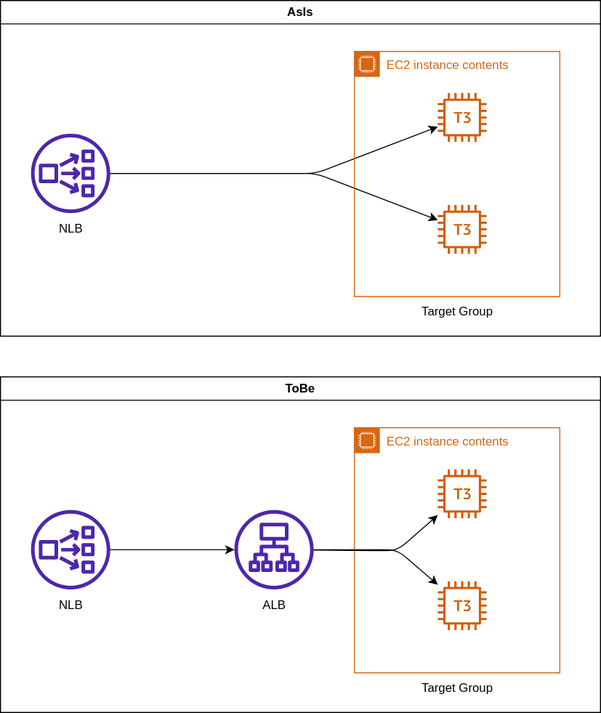
The draw.io diagram structure.drawio.svg in ryosukeknd/aws-loadbalancer-test, before a commit. Source tidied: cells renumbered, new cells last; positions are measured from the earlier drawing's top-left corner, leaving out a move shared by most shapes.
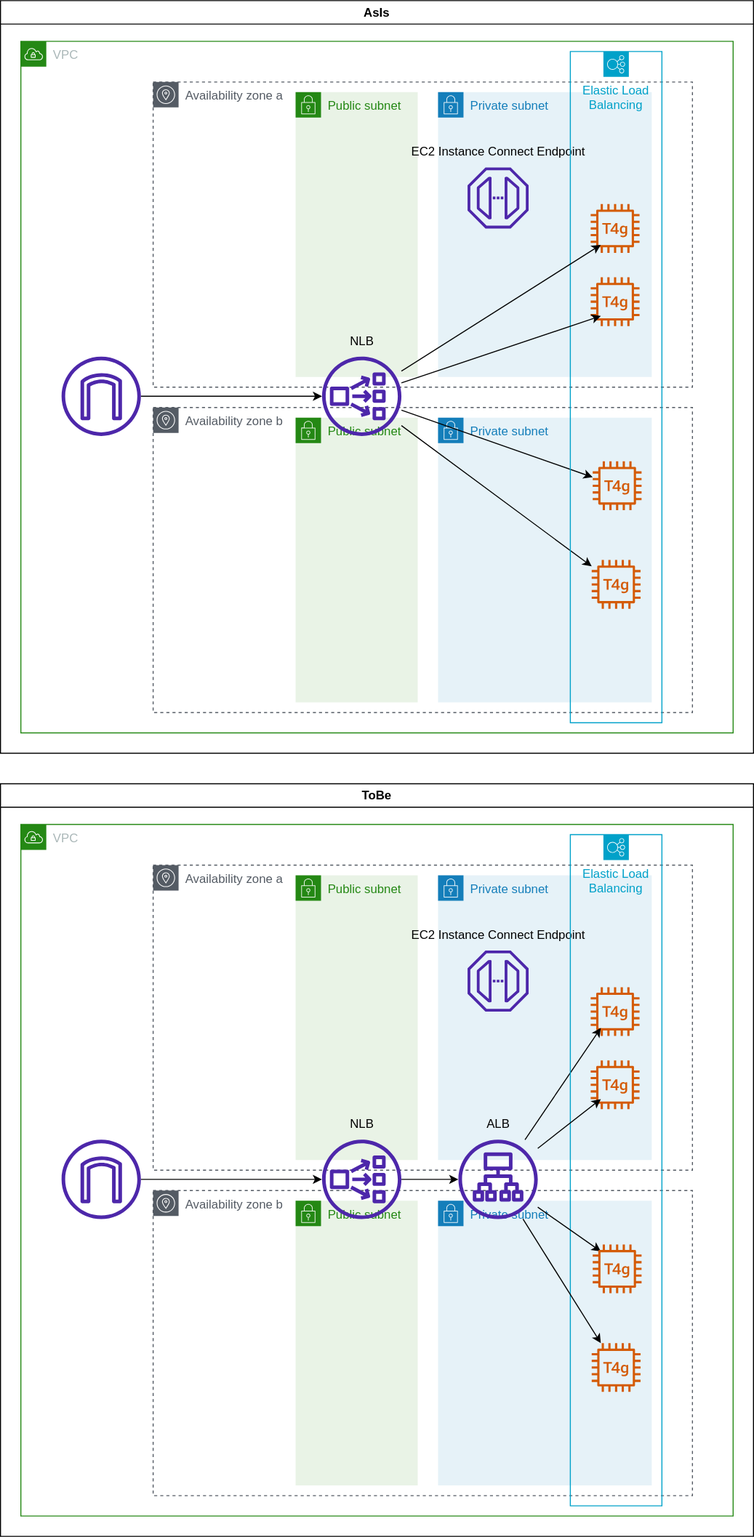
Above is the later version.

Commit message:
構成図変更

What changed in the source:
```diff
@@ -3,83 +3,151 @@
     <mxCell id="0" />
     <mxCell id="1" parent="0" />
     <mxCell id="2" value="AsIs" style="swimlane;whiteSpace=wrap;html=1;" parent="1" vertex="1">
-      <mxGeometry width="590" height="330" as="geometry" />
+      <mxGeometry width="740" height="740" as="geometry" />
     </mxCell>
-    <mxCell id="3" style="edgeStyle=none;html=1;" parent="2" edge="1" source="5" target="8">
-      <mxGeometry relative="1" as="geometry">
-        <Array as="points">
-          <mxPoint x="310" y="170" />
-        </Array>
-      </mxGeometry>
-    </mxCell>
-    <mxCell id="4" style="edgeStyle=none;html=1;" parent="2" edge="1" source="5" target="9">
-      <mxGeometry relative="1" as="geometry">
-        <Array as="points">
-          <mxPoint x="310" y="170" />
-        </Array>
-      </mxGeometry>
-    </mxCell>
-    <mxCell id="5" style="sketch=0;outlineConnect=0;fontColor=#232F3E;gradientColor=none;fillColor=#4D27AA;strokeColor=none;dashed=0;verticalLabelPosition=bottom;verticalAlign=top;align=center;html=1;fontSize=12;fontStyle=0;shape=mxgraph.aws4.network_load_balancer;" parent="2" vertex="1">
-      <mxGeometry x="30" y="131" width="78" height="78" as="geometry" />
-    </mxCell>
-    <mxCell id="6" value="NLB" style="text;html=1;align=center;verticalAlign=middle;strokeColor=none;fillColor=none;" parent="2" vertex="1">
-      <mxGeometry x="44" y="210" width="50" height="30" as="geometry" />
-    </mxCell>
-    <mxCell id="7" value="EC2 instance contents" style="gradientColor=none;html=1;whiteSpace=wrap;fontSize=12;fontStyle=0;shape=mxgraph.aws4.group;grIcon=mxgraph.aws4.group_ec2_instance_contents;strokeColor=#D86613;fillColor=none;verticalAlign=top;align=left;spacingLeft=30;fontColor=#D86613;dashed=0;" parent="2" vertex="1">
-      <mxGeometry x="348" y="50" width="202" height="241" as="geometry" />
-    </mxCell>
-    <mxCell id="8" style="sketch=0;outlineConnect=0;fontColor=#232F3E;gradientColor=none;fillColor=#D45B07;strokeColor=none;dashed=0;verticalLabelPosition=bottom;verticalAlign=top;align=center;html=1;fontSize=12;fontStyle=0;shape=mxgraph.aws4.t3_instance;" parent="7" vertex="1">
-      <mxGeometry x="82" y="41" width="48" height="48" as="geometry" />
-    </mxCell>
-    <mxCell id="9" style="sketch=0;outlineConnect=0;fontColor=#232F3E;gradientColor=none;fillColor=#D45B07;strokeColor=none;dashed=0;verticalLabelPosition=bottom;verticalAlign=top;align=center;html=1;fontSize=12;fontStyle=0;shape=mxgraph.aws4.t3_instance;" parent="7" vertex="1">
-      <mxGeometry x="82" y="151" width="48" height="48" as="geometry" />
-    </mxCell>
-    <mxCell id="10" value="Target Group" style="text;html=1;align=center;verticalAlign=middle;strokeColor=none;fillColor=none;" parent="2" vertex="1">
-      <mxGeometry x="404" y="291" width="90" height="30" as="geometry" />
-    </mxCell>
+    <mxCell id="23" value="VPC" style="gradientColor=none;html=1;whiteSpace=wrap;fontSize=12;fontStyle=0;shape=mxgraph.aws4.group;grIcon=mxgraph.aws4.group_vpc;strokeColor=#248814;fillColor=none;verticalAlign=top;align=left;spacingLeft=30;fontColor=#AAB7B8;dashed=0;" parent="2" vertex="1">
+      <mxGeometry x="20" y="40" width="700" height="680" as="geometry" />
+    </mxCell>
+    <mxCell id="24" value="Availability zone a" style="sketch=0;gradientColor=none;html=1;whiteSpace=wrap;fontSize=12;fontStyle=0;shape=mxgraph.aws4.group;grIcon=mxgraph.aws4.group_availability_zone;strokeColor=#545B64;fillColor=none;verticalAlign=top;align=left;spacingLeft=30;fontColor=#545B64;dashed=1;" parent="23" vertex="1">
+      <mxGeometry x="130" y="40" width="530" height="300" as="geometry" />
+    </mxCell>
+    <mxCell id="25" value="Public subnet" style="gradientColor=none;html=1;whiteSpace=wrap;fontSize=12;fontStyle=0;shape=mxgraph.aws4.group;grIcon=mxgraph.aws4.group_security_group;grStroke=0;strokeColor=#248814;fillColor=#E9F3E6;verticalAlign=top;align=left;spacingLeft=30;fontColor=#248814;dashed=0;" parent="23" vertex="1">
+      <mxGeometry x="270" y="50" width="120" height="280" as="geometry" />
+    </mxCell>
+    <mxCell id="26" value="NLB" style="text;html=1;align=center;verticalAlign=middle;strokeColor=none;fillColor=none;" parent="25" vertex="1">
+      <mxGeometry x="40" y="230" width="50" height="30" as="geometry" />
+    </mxCell>
+    <mxCell id="27" value="Availability zone b" style="sketch=0;gradientColor=none;html=1;whiteSpace=wrap;fontSize=12;fontStyle=0;shape=mxgraph.aws4.group;grIcon=mxgraph.aws4.group_availability_zone;strokeColor=#545B64;fillColor=none;verticalAlign=top;align=left;spacingLeft=30;fontColor=#545B64;dashed=1;" parent="23" vertex="1">
+      <mxGeometry x="130" y="360" width="530" height="300" as="geometry" />
+    </mxCell>
+    <mxCell id="28" value="Public subnet" style="gradientColor=none;html=1;whiteSpace=wrap;fontSize=12;fontStyle=0;shape=mxgraph.aws4.group;grIcon=mxgraph.aws4.group_security_group;grStroke=0;strokeColor=#248814;fillColor=#E9F3E6;verticalAlign=top;align=left;spacingLeft=30;fontColor=#248814;dashed=0;" parent="23" vertex="1">
+      <mxGeometry x="270" y="370" width="120" height="280" as="geometry" />
+    </mxCell>
+    <mxCell id="29" value="Private subnet" style="gradientColor=none;html=1;whiteSpace=wrap;fontSize=12;fontStyle=0;shape=mxgraph.aws4.group;grIcon=mxgraph.aws4.group_security_group;grStroke=0;strokeColor=#147EBA;fillColor=#E6F2F8;verticalAlign=top;align=left;spacingLeft=30;fontColor=#147EBA;dashed=0;" parent="23" vertex="1">
+      <mxGeometry x="410" y="370" width="210" height="280" as="geometry" />
+    </mxCell>
+    <mxCell id="30" style="edgeStyle=none;html=1;" parent="23" edge="1" source="32" target="42">
+      <mxGeometry relative="1" as="geometry" />
+    </mxCell>
+    <mxCell id="31" style="edgeStyle=none;html=1;" parent="23" edge="1" source="32" target="41">
+      <mxGeometry relative="1" as="geometry" />
+    </mxCell>
+    <mxCell id="32" style="sketch=0;outlineConnect=0;fontColor=#232F3E;gradientColor=none;fillColor=#4D27AA;strokeColor=none;dashed=0;verticalLabelPosition=bottom;verticalAlign=top;align=center;html=1;fontSize=12;fontStyle=0;shape=mxgraph.aws4.network_load_balancer;" parent="23" vertex="1">
+      <mxGeometry x="296" y="310" width="78" height="78" as="geometry" />
+    </mxCell>
+    <mxCell id="33" style="edgeStyle=none;html=1;" parent="23" edge="1" source="34" target="32">
+      <mxGeometry relative="1" as="geometry" />
+    </mxCell>
+    <mxCell id="34" style="sketch=0;outlineConnect=0;fontColor=#232F3E;gradientColor=none;fillColor=#4D27AA;strokeColor=none;dashed=0;verticalLabelPosition=bottom;verticalAlign=top;align=center;html=1;fontSize=12;fontStyle=0;shape=mxgraph.aws4.internet_gateway;" parent="23" vertex="1">
+      <mxGeometry x="40" y="310" width="78" height="78" as="geometry" />
+    </mxCell>
+    <mxCell id="35" value="Private subnet" style="gradientColor=none;html=1;whiteSpace=wrap;fontSize=12;fontStyle=0;shape=mxgraph.aws4.group;grIcon=mxgraph.aws4.group_security_group;grStroke=0;strokeColor=#147EBA;fillColor=#E6F2F8;verticalAlign=top;align=left;spacingLeft=30;fontColor=#147EBA;dashed=0;" parent="23" vertex="1">
+      <mxGeometry x="410" y="50" width="210" height="280" as="geometry" />
+    </mxCell>
+    <mxCell id="36" style="sketch=0;fontColor=#232F3E;gradientColor=none;fillColor=#4D27AA;strokeColor=none;dashed=0;verticalLabelPosition=bottom;verticalAlign=top;align=center;html=1;fontSize=12;fontStyle=0;shape=mxgraph.aws4.endpoint;" parent="35" vertex="1">
+      <mxGeometry x="29" y="74" width="60" height="60" as="geometry" />
+    </mxCell>
+    <mxCell id="37" style="sketch=0;fontColor=#232F3E;gradientColor=none;fillColor=#D45B07;strokeColor=none;dashed=0;verticalLabelPosition=bottom;verticalAlign=top;align=center;html=1;fontSize=12;fontStyle=0;shape=mxgraph.aws4.t4g_instance;" parent="35" vertex="1">
+      <mxGeometry x="150" y="182" width="48" height="48" as="geometry" />
+    </mxCell>
+    <mxCell id="38" style="sketch=0;fontColor=#232F3E;gradientColor=none;fillColor=#D45B07;strokeColor=none;dashed=0;verticalLabelPosition=bottom;verticalAlign=top;align=center;html=1;fontSize=12;fontStyle=0;shape=mxgraph.aws4.t4g_instance;" parent="35" vertex="1">
+      <mxGeometry x="150" y="110" width="48" height="48" as="geometry" />
+    </mxCell>
+    <mxCell id="39" value="EC2 Instance Connect Endpoint" style="text;html=1;align=center;verticalAlign=middle;strokeColor=none;fillColor=none;" parent="23" vertex="1">
+      <mxGeometry x="374" y="94" width="190" height="30" as="geometry" />
+    </mxCell>
+    <mxCell id="40" value="Elastic Load Balancing" style="sketch=0;outlineConnect=0;gradientColor=none;html=1;whiteSpace=wrap;fontSize=12;fontStyle=0;shape=mxgraph.aws4.groupCenter;grIcon=mxgraph.aws4.group_elastic_load_balancing;grStroke=1;strokeColor=#00A1C9;fillColor=none;verticalAlign=top;align=center;fontColor=#00A1C9;dashed=0;spacingTop=25;" parent="23" vertex="1">
+      <mxGeometry x="540" y="10" width="90" height="660" as="geometry" />
+    </mxCell>
+    <mxCell id="41" style="sketch=0;outlineConnect=0;fontColor=#232F3E;gradientColor=none;fillColor=#D45B07;strokeColor=none;dashed=0;verticalLabelPosition=bottom;verticalAlign=top;align=center;html=1;fontSize=12;fontStyle=0;shape=mxgraph.aws4.t4g_instance;" parent="23" vertex="1">
+      <mxGeometry x="561" y="510" width="48" height="48" as="geometry" />
+    </mxCell>
+    <mxCell id="42" style="sketch=0;outlineConnect=0;fontColor=#232F3E;gradientColor=none;fillColor=#D45B07;strokeColor=none;dashed=0;verticalLabelPosition=bottom;verticalAlign=top;align=center;html=1;fontSize=12;fontStyle=0;shape=mxgraph.aws4.t4g_instance;" parent="23" vertex="1">
+      <mxGeometry x="562" y="413" width="48" height="48" as="geometry" />
+    </mxCell>
+    <mxCell id="43" style="edgeStyle=none;html=1;entryX=0.333;entryY=0.288;entryDx=0;entryDy=0;entryPerimeter=0;" parent="23" edge="1" source="32" target="40">
+      <mxGeometry relative="1" as="geometry" />
+    </mxCell>
+    <mxCell id="44" style="edgeStyle=none;html=1;entryX=0.333;entryY=0.394;entryDx=0;entryDy=0;entryPerimeter=0;" parent="23" edge="1" source="32" target="40">
+      <mxGeometry relative="1" as="geometry" />
+    </mxCell>
     <mxCell id="11" value="ToBe" style="swimlane;whiteSpace=wrap;html=1;" parent="1" vertex="1">
-      <mxGeometry y="370" width="590" height="330" as="geometry" />
+      <mxGeometry y="770" width="740" height="740" as="geometry" />
     </mxCell>
-    <mxCell id="12" style="sketch=0;outlineConnect=0;fontColor=#232F3E;gradientColor=none;fillColor=#4D27AA;strokeColor=none;dashed=0;verticalLabelPosition=bottom;verticalAlign=top;align=center;html=1;fontSize=12;fontStyle=0;shape=mxgraph.aws4.network_load_balancer;" parent="11" vertex="1">
-      <mxGeometry x="30" y="131" width="78" height="78" as="geometry" />
-    </mxCell>
-    <mxCell id="13" style="sketch=0;outlineConnect=0;fontColor=#232F3E;gradientColor=none;fillColor=#4D27AA;strokeColor=none;dashed=0;verticalLabelPosition=bottom;verticalAlign=top;align=center;html=1;fontSize=12;fontStyle=0;shape=mxgraph.aws4.application_load_balancer;" parent="11" vertex="1">
-      <mxGeometry x="230" y="131" width="78" height="78" as="geometry" />
-    </mxCell>
-    <mxCell id="14" style="edgeStyle=none;html=1;" parent="11" edge="1" source="12" target="13">
-      <mxGeometry relative="1" as="geometry" />
-    </mxCell>
-    <mxCell id="15" value="NLB" style="text;html=1;align=center;verticalAlign=middle;strokeColor=none;fillColor=none;" parent="11" vertex="1">
-      <mxGeometry x="44" y="210" width="50" height="30" as="geometry" />
-    </mxCell>
+    <mxCell id="45" value="VPC" style="gradientColor=none;html=1;whiteSpace=wrap;fontSize=12;fontStyle=0;shape=mxgraph.aws4.group;grIcon=mxgraph.aws4.group_vpc;strokeColor=#248814;fillColor=none;verticalAlign=top;align=left;spacingLeft=30;fontColor=#AAB7B8;dashed=0;" parent="11" vertex="1">
+      <mxGeometry x="20" y="40" width="700" height="680" as="geometry" />
+    </mxCell>
+    <mxCell id="46" value="Availability zone a" style="sketch=0;gradientColor=none;html=1;whiteSpace=wrap;fontSize=12;fontStyle=0;shape=mxgraph.aws4.group;grIcon=mxgraph.aws4.group_availability_zone;strokeColor=#545B64;fillColor=none;verticalAlign=top;align=left;spacingLeft=30;fontColor=#545B64;dashed=1;" parent="45" vertex="1">
+      <mxGeometry x="130" y="40" width="530" height="300" as="geometry" />
+    </mxCell>
+    <mxCell id="47" value="Public subnet" style="gradientColor=none;html=1;whiteSpace=wrap;fontSize=12;fontStyle=0;shape=mxgraph.aws4.group;grIcon=mxgraph.aws4.group_security_group;grStroke=0;strokeColor=#248814;fillColor=#E9F3E6;verticalAlign=top;align=left;spacingLeft=30;fontColor=#248814;dashed=0;" parent="45" vertex="1">
+      <mxGeometry x="270" y="50" width="120" height="280" as="geometry" />
+    </mxCell>
+    <mxCell id="48" value="NLB" style="text;html=1;align=center;verticalAlign=middle;strokeColor=none;fillColor=none;" parent="47" vertex="1">
+      <mxGeometry x="40" y="230" width="50" height="30" as="geometry" />
+    </mxCell>
+    <mxCell id="49" value="Availability zone b" style="sketch=0;gradientColor=none;html=1;whiteSpace=wrap;fontSize=12;fontStyle=0;shape=mxgraph.aws4.group;grIcon=mxgraph.aws4.group_availability_zone;strokeColor=#545B64;fillColor=none;verticalAlign=top;align=left;spacingLeft=30;fontColor=#545B64;dashed=1;" parent="45" vertex="1">
+      <mxGeometry x="130" y="360" width="530" height="300" as="geometry" />
+    </mxCell>
+    <mxCell id="50" value="Public subnet" style="gradientColor=none;html=1;whiteSpace=wrap;fontSize=12;fontStyle=0;shape=mxgraph.aws4.group;grIcon=mxgraph.aws4.group_security_group;grStroke=0;strokeColor=#248814;fillColor=#E9F3E6;verticalAlign=top;align=left;spacingLeft=30;fontColor=#248814;dashed=0;" parent="45" vertex="1">
+      <mxGeometry x="270" y="370" width="120" height="280" as="geometry" />
+    </mxCell>
+    <mxCell id="51" value="Private subnet" style="gradientColor=none;html=1;whiteSpace=wrap;fontSize=12;fontStyle=0;shape=mxgraph.aws4.group;grIcon=mxgraph.aws4.group_security_group;grStroke=0;strokeColor=#147EBA;fillColor=#E6F2F8;verticalAlign=top;align=left;spacingLeft=30;fontColor=#147EBA;dashed=0;" parent="45" vertex="1">
+      <mxGeometry x="410" y="370" width="210" height="280" as="geometry" />
+    </mxCell>
+    <mxCell id="52" style="edgeStyle=none;html=1;" parent="45" edge="1" source="53" target="66">
+      <mxGeometry relative="1" as="geometry" />
+    </mxCell>
+    <mxCell id="53" style="sketch=0;outlineConnect=0;fontColor=#232F3E;gradientColor=none;fillColor=#4D27AA;strokeColor=none;dashed=0;verticalLabelPosition=bottom;verticalAlign=top;align=center;html=1;fontSize=12;fontStyle=0;shape=mxgraph.aws4.network_load_balancer;" parent="45" vertex="1">
+      <mxGeometry x="296" y="310" width="78" height="78" as="geometry" />
+    </mxCell>
+    <mxCell id="54" style="edgeStyle=none;html=1;" parent="45" edge="1" source="55" target="53">
+      <mxGeometry relative="1" as="geometry" />
+    </mxCell>
+    <mxCell id="55" style="sketch=0;outlineConnect=0;fontColor=#232F3E;gradientColor=none;fillColor=#4D27AA;strokeColor=none;dashed=0;verticalLabelPosition=bottom;verticalAlign=top;align=center;html=1;fontSize=12;fontStyle=0;shape=mxgraph.aws4.internet_gateway;" parent="45" vertex="1">
+      <mxGeometry x="40" y="310" width="78" height="78" as="geometry" />
+    </mxCell>
+    <mxCell id="56" value="Private subnet" style="gradientColor=none;html=1;whiteSpace=wrap;fontSize=12;fontStyle=0;shape=mxgraph.aws4.group;grIcon=mxgraph.aws4.group_security_group;grStroke=0;strokeColor=#147EBA;fillColor=#E6F2F8;verticalAlign=top;align=left;spacingLeft=30;fontColor=#147EBA;dashed=0;" parent="45" vertex="1">
+      <mxGeometry x="410" y="50" width="210" height="280" as="geometry" />
+    </mxCell>
+    <mxCell id="57" style="sketch=0;fontColor=#232F3E;gradientColor=none;fillColor=#4D27AA;strokeColor=none;dashed=0;verticalLabelPosition=bottom;verticalAlign=top;align=center;html=1;fontSize=12;fontStyle=0;shape=mxgraph.aws4.endpoint;" parent="56" vertex="1">
+      <mxGeometry x="29" y="74" width="60" height="60" as="geometry" />
+    </mxCell>
-    <mxCell id="16" value="ALB" style="text;html=1;align=center;verticalAlign=middle;strokeColor=none;fillColor=none;" parent="11" vertex="1">
-      <mxGeometry x="244" y="210" width="50" height="30" as="geometry" />
+    <mxCell id="16" value="ALB" style="text;html=1;align=center;verticalAlign=middle;strokeColor=none;fillColor=none;" parent="56" vertex="1">
+      <mxGeometry x="34" y="230" width="50" height="30" as="geometry" />
     </mxCell>
-    <mxCell id="17" value="EC2 instance contents" style="gradientColor=none;html=1;whiteSpace=wrap;fontSize=12;fontStyle=0;shape=mxgraph.aws4.group;grIcon=mxgraph.aws4.group_ec2_instance_contents;strokeColor=#D86613;fillColor=none;verticalAlign=top;align=left;spacingLeft=30;fontColor=#D86613;dashed=0;" parent="11" vertex="1">
-      <mxGeometry x="348" y="50" width="202" height="241" as="geometry" />
-    </mxCell>
-    <mxCell id="18" style="sketch=0;outlineConnect=0;fontColor=#232F3E;gradientColor=none;fillColor=#D45B07;strokeColor=none;dashed=0;verticalLabelPosition=bottom;verticalAlign=top;align=center;html=1;fontSize=12;fontStyle=0;shape=mxgraph.aws4.t3_instance;" parent="17" vertex="1">
-      <mxGeometry x="82" y="41" width="48" height="48" as="geometry" />
-    </mxCell>
-    <mxCell id="19" style="sketch=0;outlineConnect=0;fontColor=#232F3E;gradientColor=none;fillColor=#D45B07;strokeColor=none;dashed=0;verticalLabelPosition=bottom;verticalAlign=top;align=center;html=1;fontSize=12;fontStyle=0;shape=mxgraph.aws4.t3_instance;" parent="17" vertex="1">
-      <mxGeometry x="82" y="151" width="48" height="48" as="geometry" />
-    </mxCell>
-    <mxCell id="20" style="edgeStyle=none;html=1;" parent="11" edge="1" source="13" target="18">
-      <mxGeometry relative="1" as="geometry">
-        <Array as="points">
-          <mxPoint x="390" y="171" />
-        </Array>
-      </mxGeometry>
-    </mxCell>
-    <mxCell id="21" style="edgeStyle=none;html=1;" parent="11" edge="1" source="13" target="19">
-      <mxGeometry relative="1" as="geometry">
-        <Array as="points">
-          <mxPoint x="390" y="170" />
-        </Array>
-      </mxGeometry>
-    </mxCell>
-    <mxCell id="22" value="Target Group" style="text;html=1;align=center;verticalAlign=middle;strokeColor=none;fillColor=none;" parent="11" vertex="1">
-      <mxGeometry x="404" y="291" width="90" height="30" as="geometry" />
-    </mxCell>
+    <mxCell id="58" style="sketch=0;fontColor=#232F3E;gradientColor=none;fillColor=#D45B07;strokeColor=none;dashed=0;verticalLabelPosition=bottom;verticalAlign=top;align=center;html=1;fontSize=12;fontStyle=0;shape=mxgraph.aws4.t4g_instance;" parent="56" vertex="1">
+      <mxGeometry x="150" y="182" width="48" height="48" as="geometry" />
+    </mxCell>
+    <mxCell id="59" style="sketch=0;fontColor=#232F3E;gradientColor=none;fillColor=#D45B07;strokeColor=none;dashed=0;verticalLabelPosition=bottom;verticalAlign=top;align=center;html=1;fontSize=12;fontStyle=0;shape=mxgraph.aws4.t4g_instance;" parent="56" vertex="1">
+      <mxGeometry x="150" y="110" width="48" height="48" as="geometry" />
+    </mxCell>
+    <mxCell id="60" value="EC2 Instance Connect Endpoint" style="text;html=1;align=center;verticalAlign=middle;strokeColor=none;fillColor=none;" parent="45" vertex="1">
+      <mxGeometry x="374" y="94" width="190" height="30" as="geometry" />
+    </mxCell>
+    <mxCell id="61" style="edgeStyle=none;html=1;entryX=0.333;entryY=0.288;entryDx=0;entryDy=0;entryPerimeter=0;" parent="45" edge="1" source="66" target="62">
+      <mxGeometry relative="1" as="geometry" />
+    </mxCell>
+    <mxCell id="62" value="Elastic Load Balancing" style="sketch=0;outlineConnect=0;gradientColor=none;html=1;whiteSpace=wrap;fontSize=12;fontStyle=0;shape=mxgraph.aws4.groupCenter;grIcon=mxgraph.aws4.group_elastic_load_balancing;grStroke=1;strokeColor=#00A1C9;fillColor=none;verticalAlign=top;align=center;fontColor=#00A1C9;dashed=0;spacingTop=25;" parent="45" vertex="1">
+      <mxGeometry x="540" y="10" width="90" height="660" as="geometry" />
+    </mxCell>
+    <mxCell id="63" style="edgeStyle=none;html=1;entryX=0.333;entryY=0.394;entryDx=0;entryDy=0;entryPerimeter=0;" parent="45" edge="1" source="66" target="62">
+      <mxGeometry relative="1" as="geometry" />
+    </mxCell>
+    <mxCell id="64" style="edgeStyle=none;html=1;entryX=0.333;entryY=0.621;entryDx=0;entryDy=0;entryPerimeter=0;" parent="45" edge="1" source="66" target="62">
+      <mxGeometry relative="1" as="geometry" />
+    </mxCell>
+    <mxCell id="65" style="edgeStyle=none;html=1;" parent="45" edge="1" source="66" target="67">
+      <mxGeometry relative="1" as="geometry" />
+    </mxCell>
+    <mxCell id="66" style="sketch=0;outlineConnect=0;fontColor=#232F3E;gradientColor=none;fillColor=#4D27AA;strokeColor=none;dashed=0;verticalLabelPosition=bottom;verticalAlign=top;align=center;html=1;fontSize=12;fontStyle=0;shape=mxgraph.aws4.application_load_balancer;" parent="45" vertex="1">
+      <mxGeometry x="430" y="310" width="78" height="78" as="geometry" />
+    </mxCell>
+    <mxCell id="67" style="sketch=0;outlineConnect=0;fontColor=#232F3E;gradientColor=none;fillColor=#D45B07;strokeColor=none;dashed=0;verticalLabelPosition=bottom;verticalAlign=top;align=center;html=1;fontSize=12;fontStyle=0;shape=mxgraph.aws4.t4g_instance;" parent="45" vertex="1">
+      <mxGeometry x="561" y="510" width="48" height="48" as="geometry" />
+    </mxCell>
+    <mxCell id="68" style="sketch=0;fontColor=#232F3E;gradientColor=none;fillColor=#D45B07;strokeColor=none;dashed=0;verticalLabelPosition=bottom;verticalAlign=top;align=center;html=1;fontSize=12;fontStyle=0;shape=mxgraph.aws4.t4g_instance;" parent="45" vertex="1">
+      <mxGeometry x="562" y="413" width="48" height="48" as="geometry" />
+    </mxCell>
   </root>
 </mxGraphModel>
```
